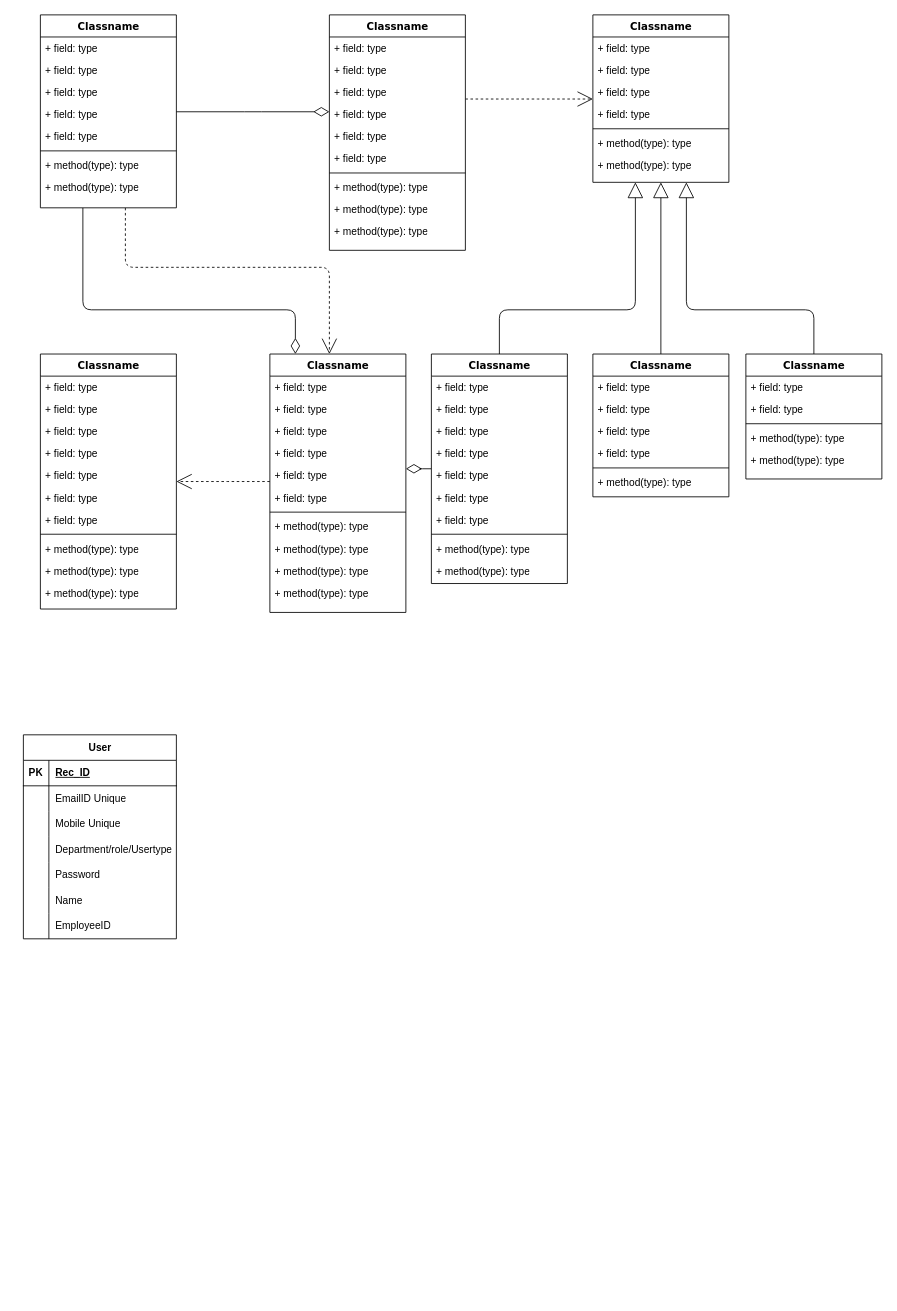
Earlier version of the draw.io diagram Untitled Diagram.drawio (ubermachine/Drawio). Source tidied: cells renumbered, new cells numbered last; positions are measured from the earlier drawing's top-left corner, leaving out a move shared by most shapes. Both pictures are drawn from the tidied source at 85%, with x=0, y=0 at pixel (23, 14).
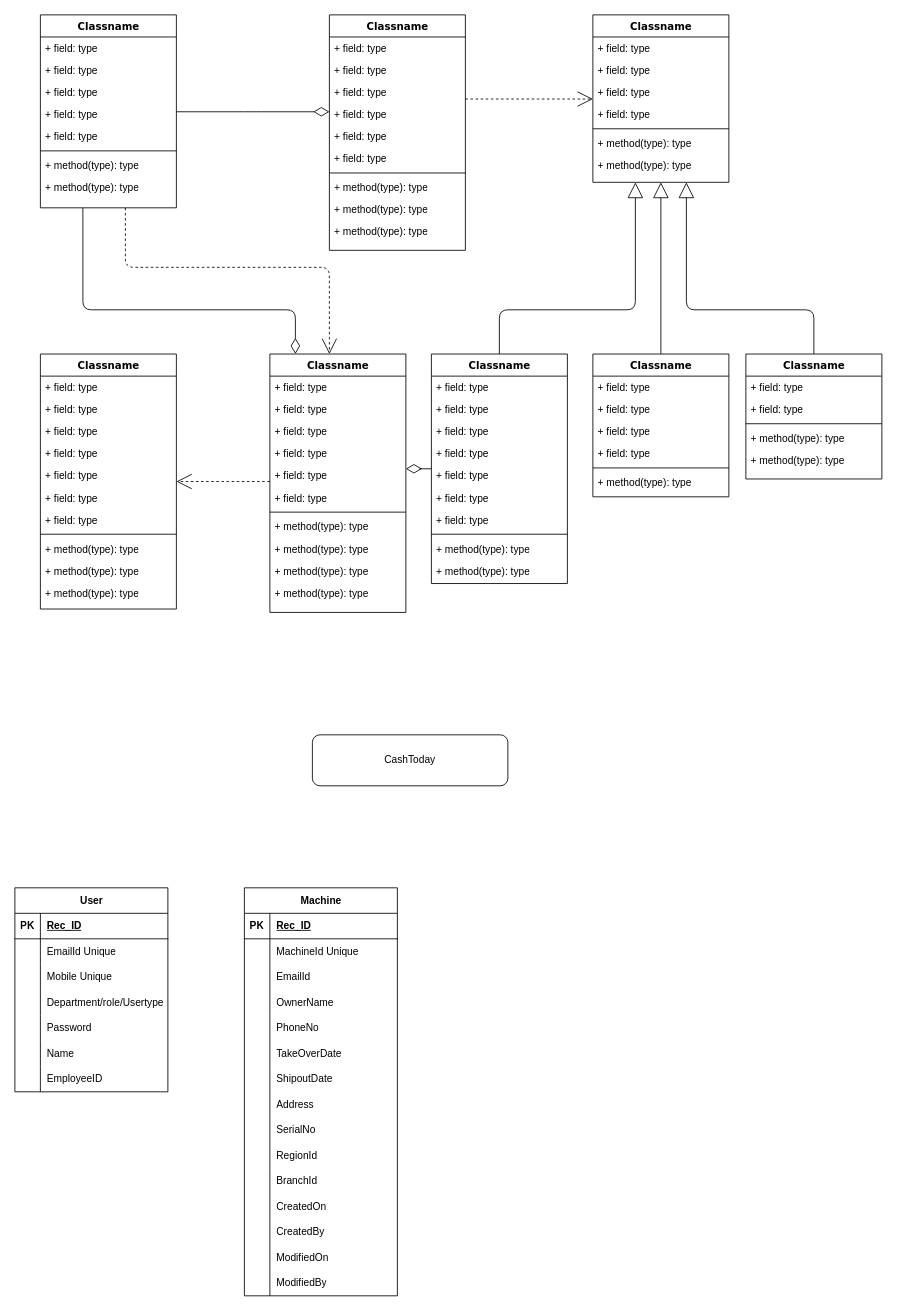
After the change.

The change refers to these unchanged cells:
```xml
<mxCell id="92" style="shape=tableRow;horizontal=0;startSize=0;swimlaneHead=0;swimlaneBody=0;fillColor=none;top=0;left=0;right=0;bottom=0;" parent="88" vertex="1">
  <mxGeometry y="60" width="180" height="30" as="geometry" />
</mxCell>
```

The edit, as a diff of the source:
```diff
@@
     <mxCell id="87" style="shape=partialRectangle;fillColor=none;top=0;left=0;bottom=0;right=0;align=left;spacingLeft=6;overflow=hidden;whiteSpace=wrap;html=1;" parent="1" vertex="1">
-      <mxGeometry x="70" y="1057" width="150" height="30" as="geometry" />
+      <mxGeometry x="60" y="1237" width="150" height="30" as="geometry" />
     </mxCell>
     <mxCell id="88" value="User" style="shape=table;startSize=30;childLayout=tableLayout;rowLines=0;fontStyle=1;align=center;html=1;" parent="1" vertex="1">
-      <mxGeometry y="847" width="180" height="240" as="geometry" />
+      <mxGeometry x="-10" y="1027" width="180" height="240" as="geometry" />
     </mxCell>
@@
-    <mxCell id="94" value="EmailID Unique" style="shape=partialRectangle;fillColor=none;top=0;left=0;bottom=0;right=0;align=left;spacingLeft=6;overflow=hidden;whiteSpace=wrap;html=1;" parent="92" vertex="1">
+    <mxCell id="94" value="EmailId Unique" style="shape=partialRectangle;fillColor=none;top=0;left=0;bottom=0;right=0;align=left;spacingLeft=6;overflow=hidden;whiteSpace=wrap;html=1;" parent="92" vertex="1">
       <mxGeometry x="30" width="150" height="30" as="geometry" />
     </mxCell>
@@
+    <mxCell id="110" value="Machine" style="shape=table;startSize=30;childLayout=tableLayout;rowLines=0;fontStyle=1;align=center;html=1;" parent="1" vertex="1">
+      <mxGeometry x="260" y="1027" width="180" height="480" as="geometry" />
+    </mxCell>
+    <mxCell id="111" style="shape=tableRow;horizontal=0;startSize=0;swimlaneHead=0;swimlaneBody=0;fillColor=none;top=0;left=0;right=0;bottom=1;" parent="110" vertex="1">
+      <mxGeometry y="30" width="180" height="30" as="geometry" />
+    </mxCell>
+    <mxCell id="112" value="PK" style="shape=partialRectangle;fillColor=none;top=0;left=0;bottom=0;right=0;fontStyle=1;overflow=hidden;whiteSpace=wrap;html=1;" parent="111" vertex="1">
+      <mxGeometry width="30" height="30" as="geometry" />
+    </mxCell>
+    <mxCell id="113" value="Rec_ID" style="shape=partialRectangle;fillColor=none;top=0;left=0;bottom=0;right=0;align=left;spacingLeft=6;fontStyle=5;overflow=hidden;whiteSpace=wrap;html=1;" parent="111" vertex="1">
+      <mxGeometry x="30" width="150" height="30" as="geometry" />
+    </mxCell>
+    <mxCell id="114" style="shape=tableRow;horizontal=0;startSize=0;swimlaneHead=0;swimlaneBody=0;fillColor=none;top=0;left=0;right=0;bottom=0;" parent="110" vertex="1">
+      <mxGeometry y="60" width="180" height="30" as="geometry" />
+    </mxCell>
+    <mxCell id="115" style="shape=partialRectangle;fillColor=none;top=0;left=0;bottom=0;right=0;overflow=hidden;whiteSpace=wrap;html=1;" parent="114" vertex="1">
+      <mxGeometry width="30" height="30" as="geometry" />
+    </mxCell>
+    <mxCell id="116" value="MachineId Unique" style="shape=partialRectangle;fillColor=none;top=0;left=0;bottom=0;right=0;align=left;spacingLeft=6;overflow=hidden;whiteSpace=wrap;html=1;" parent="114" vertex="1">
+      <mxGeometry x="30" width="150" height="30" as="geometry" />
+    </mxCell>
+    <mxCell id="117" style="shape=tableRow;horizontal=0;startSize=0;swimlaneHead=0;swimlaneBody=0;fillColor=none;top=0;left=0;right=0;bottom=0;" parent="110" vertex="1">
+      <mxGeometry y="90" width="180" height="30" as="geometry" />
+    </mxCell>
+    <mxCell id="118" style="shape=partialRectangle;fillColor=none;top=0;left=0;bottom=0;right=0;overflow=hidden;whiteSpace=wrap;html=1;" parent="117" vertex="1">
+      <mxGeometry width="30" height="30" as="geometry" />
+    </mxCell>
+    <mxCell id="119" value="EmailId" style="shape=partialRectangle;fillColor=none;top=0;left=0;bottom=0;right=0;align=left;spacingLeft=6;overflow=hidden;whiteSpace=wrap;html=1;" parent="117" vertex="1">
+      <mxGeometry x="30" width="150" height="30" as="geometry" />
+    </mxCell>
+    <mxCell id="120" style="shape=tableRow;horizontal=0;startSize=0;swimlaneHead=0;swimlaneBody=0;fillColor=none;top=0;left=0;right=0;bottom=0;" parent="110" vertex="1">
+      <mxGeometry y="120" width="180" height="30" as="geometry" />
+    </mxCell>
+    <mxCell id="121" style="shape=partialRectangle;fillColor=none;top=0;left=0;bottom=0;right=0;overflow=hidden;whiteSpace=wrap;html=1;" parent="120" vertex="1">
+      <mxGeometry width="30" height="30" as="geometry" />
+    </mxCell>
+    <mxCell id="122" value="OwnerName" style="shape=partialRectangle;fillColor=none;top=0;left=0;bottom=0;right=0;align=left;spacingLeft=6;overflow=hidden;whiteSpace=wrap;html=1;" parent="120" vertex="1">
+      <mxGeometry x="30" width="150" height="30" as="geometry" />
+    </mxCell>
+    <mxCell id="123" style="shape=tableRow;horizontal=0;startSize=0;swimlaneHead=0;swimlaneBody=0;fillColor=none;top=0;left=0;right=0;bottom=0;" parent="110" vertex="1">
+      <mxGeometry y="150" width="180" height="30" as="geometry" />
+    </mxCell>
+    <mxCell id="124" style="shape=partialRectangle;fillColor=none;top=0;left=0;bottom=0;right=0;overflow=hidden;whiteSpace=wrap;html=1;" parent="123" vertex="1">
+      <mxGeometry width="30" height="30" as="geometry" />
+    </mxCell>
+    <mxCell id="125" value="PhoneNo" style="shape=partialRectangle;fillColor=none;top=0;left=0;bottom=0;right=0;align=left;spacingLeft=6;overflow=hidden;whiteSpace=wrap;html=1;" parent="123" vertex="1">
+      <mxGeometry x="30" width="150" height="30" as="geometry" />
+    </mxCell>
+    <mxCell id="126" style="shape=tableRow;horizontal=0;startSize=0;swimlaneHead=0;swimlaneBody=0;fillColor=none;top=0;left=0;right=0;bottom=0;" parent="110" vertex="1">
+      <mxGeometry y="180" width="180" height="30" as="geometry" />
+    </mxCell>
+    <mxCell id="127" style="shape=partialRectangle;fillColor=none;top=0;left=0;bottom=0;right=0;overflow=hidden;whiteSpace=wrap;html=1;" parent="126" vertex="1">
+      <mxGeometry width="30" height="30" as="geometry" />
+    </mxCell>
+    <mxCell id="128" value="TakeOverDate" style="shape=partialRectangle;fillColor=none;top=0;left=0;bottom=0;right=0;align=left;spacingLeft=6;overflow=hidden;whiteSpace=wrap;html=1;" parent="126" vertex="1">
+      <mxGeometry x="30" width="150" height="30" as="geometry" />
+    </mxCell>
+    <mxCell id="129" style="shape=tableRow;horizontal=0;startSize=0;swimlaneHead=0;swimlaneBody=0;fillColor=none;top=0;left=0;right=0;bottom=0;" parent="110" vertex="1">
+      <mxGeometry y="210" width="180" height="30" as="geometry" />
+    </mxCell>
+    <mxCell id="130" style="shape=partialRectangle;fillColor=none;top=0;left=0;bottom=0;right=0;overflow=hidden;whiteSpace=wrap;html=1;" parent="129" vertex="1">
+      <mxGeometry width="30" height="30" as="geometry" />
+    </mxCell>
+    <mxCell id="131" value="ShipoutDate" style="shape=partialRectangle;fillColor=none;top=0;left=0;bottom=0;right=0;align=left;spacingLeft=6;overflow=hidden;whiteSpace=wrap;html=1;" parent="129" vertex="1">
+      <mxGeometry x="30" width="150" height="30" as="geometry" />
+    </mxCell>
+    <mxCell id="132" style="shape=tableRow;horizontal=0;startSize=0;swimlaneHead=0;swimlaneBody=0;fillColor=none;top=0;left=0;right=0;bottom=0;" parent="110" vertex="1">
+      <mxGeometry y="240" width="180" height="30" as="geometry" />
+    </mxCell>
+    <mxCell id="133" style="shape=partialRectangle;fillColor=none;top=0;left=0;bottom=0;right=0;overflow=hidden;whiteSpace=wrap;html=1;" parent="132" vertex="1">
+      <mxGeometry width="30" height="30" as="geometry" />
+    </mxCell>
+    <mxCell id="134" value="Address" style="shape=partialRectangle;fillColor=none;top=0;left=0;bottom=0;right=0;align=left;spacingLeft=6;overflow=hidden;whiteSpace=wrap;html=1;" parent="132" vertex="1">
+      <mxGeometry x="30" width="150" height="30" as="geometry" />
+    </mxCell>
+    <mxCell id="135" style="shape=tableRow;horizontal=0;startSize=0;swimlaneHead=0;swimlaneBody=0;fillColor=none;top=0;left=0;right=0;bottom=0;" parent="110" vertex="1">
+      <mxGeometry y="270" width="180" height="30" as="geometry" />
+    </mxCell>
+    <mxCell id="136" style="shape=partialRectangle;fillColor=none;top=0;left=0;bottom=0;right=0;overflow=hidden;whiteSpace=wrap;html=1;" parent="135" vertex="1">
+      <mxGeometry width="30" height="30" as="geometry" />
+    </mxCell>
+    <mxCell id="137" value="SerialNo" style="shape=partialRectangle;fillColor=none;top=0;left=0;bottom=0;right=0;align=left;spacingLeft=6;overflow=hidden;whiteSpace=wrap;html=1;" parent="135" vertex="1">
+      <mxGeometry x="30" width="150" height="30" as="geometry" />
+    </mxCell>
+    <mxCell id="138" style="shape=tableRow;horizontal=0;startSize=0;swimlaneHead=0;swimlaneBody=0;fillColor=none;top=0;left=0;right=0;bottom=0;" parent="110" vertex="1">
+      <mxGeometry y="300" width="180" height="30" as="geometry" />
+    </mxCell>
+    <mxCell id="139" style="shape=partialRectangle;fillColor=none;top=0;left=0;bottom=0;right=0;overflow=hidden;whiteSpace=wrap;html=1;" parent="138" vertex="1">
+      <mxGeometry width="30" height="30" as="geometry" />
+    </mxCell>
+    <mxCell id="140" value="RegionId" style="shape=partialRectangle;fillColor=none;top=0;left=0;bottom=0;right=0;align=left;spacingLeft=6;overflow=hidden;whiteSpace=wrap;html=1;" parent="138" vertex="1">
+      <mxGeometry x="30" width="150" height="30" as="geometry" />
+    </mxCell>
+    <mxCell id="141" style="shape=tableRow;horizontal=0;startSize=0;swimlaneHead=0;swimlaneBody=0;fillColor=none;top=0;left=0;right=0;bottom=0;" parent="110" vertex="1">
+      <mxGeometry y="330" width="180" height="30" as="geometry" />
+    </mxCell>
+    <mxCell id="142" style="shape=partialRectangle;fillColor=none;top=0;left=0;bottom=0;right=0;overflow=hidden;whiteSpace=wrap;html=1;" parent="141" vertex="1">
+      <mxGeometry width="30" height="30" as="geometry" />
+    </mxCell>
+    <mxCell id="143" value="BranchId" style="shape=partialRectangle;fillColor=none;top=0;left=0;bottom=0;right=0;align=left;spacingLeft=6;overflow=hidden;whiteSpace=wrap;html=1;" parent="141" vertex="1">
+      <mxGeometry x="30" width="150" height="30" as="geometry" />
+    </mxCell>
+    <mxCell id="144" style="shape=tableRow;horizontal=0;startSize=0;swimlaneHead=0;swimlaneBody=0;fillColor=none;top=0;left=0;right=0;bottom=0;" parent="110" vertex="1">
+      <mxGeometry y="360" width="180" height="30" as="geometry" />
+    </mxCell>
+    <mxCell id="145" style="shape=partialRectangle;fillColor=none;top=0;left=0;bottom=0;right=0;overflow=hidden;whiteSpace=wrap;html=1;" parent="144" vertex="1">
+      <mxGeometry width="30" height="30" as="geometry" />
+    </mxCell>
+    <mxCell id="146" value="CreatedOn" style="shape=partialRectangle;fillColor=none;top=0;left=0;bottom=0;right=0;align=left;spacingLeft=6;overflow=hidden;whiteSpace=wrap;html=1;" parent="144" vertex="1">
+      <mxGeometry x="30" width="150" height="30" as="geometry" />
+    </mxCell>
+    <mxCell id="147" style="shape=tableRow;horizontal=0;startSize=0;swimlaneHead=0;swimlaneBody=0;fillColor=none;top=0;left=0;right=0;bottom=0;" parent="110" vertex="1">
+      <mxGeometry y="390" width="180" height="30" as="geometry" />
+    </mxCell>
+    <mxCell id="148" style="shape=partialRectangle;fillColor=none;top=0;left=0;bottom=0;right=0;overflow=hidden;whiteSpace=wrap;html=1;" parent="147" vertex="1">
+      <mxGeometry width="30" height="30" as="geometry" />
+    </mxCell>
+    <mxCell id="149" value="CreatedBy" style="shape=partialRectangle;fillColor=none;top=0;left=0;bottom=0;right=0;align=left;spacingLeft=6;overflow=hidden;whiteSpace=wrap;html=1;" parent="147" vertex="1">
+      <mxGeometry x="30" width="150" height="30" as="geometry" />
+    </mxCell>
+    <mxCell id="150" style="shape=tableRow;horizontal=0;startSize=0;swimlaneHead=0;swimlaneBody=0;fillColor=none;top=0;left=0;right=0;bottom=0;" parent="110" vertex="1">
+      <mxGeometry y="420" width="180" height="30" as="geometry" />
+    </mxCell>
+    <mxCell id="151" style="shape=partialRectangle;fillColor=none;top=0;left=0;bottom=0;right=0;overflow=hidden;whiteSpace=wrap;html=1;" parent="150" vertex="1">
+      <mxGeometry width="30" height="30" as="geometry" />
+    </mxCell>
+    <mxCell id="152" value="ModifiedOn" style="shape=partialRectangle;fillColor=none;top=0;left=0;bottom=0;right=0;align=left;spacingLeft=6;overflow=hidden;whiteSpace=wrap;html=1;" parent="150" vertex="1">
+      <mxGeometry x="30" width="150" height="30" as="geometry" />
+    </mxCell>
+    <mxCell id="153" style="shape=tableRow;horizontal=0;startSize=0;swimlaneHead=0;swimlaneBody=0;fillColor=none;top=0;left=0;right=0;bottom=0;" parent="110" vertex="1">
+      <mxGeometry y="450" width="180" height="30" as="geometry" />
+    </mxCell>
+    <mxCell id="154" style="shape=partialRectangle;fillColor=none;top=0;left=0;bottom=0;right=0;overflow=hidden;whiteSpace=wrap;html=1;" parent="153" vertex="1">
+      <mxGeometry width="30" height="30" as="geometry" />
+    </mxCell>
+    <mxCell id="155" value="ModifiedBy" style="shape=partialRectangle;fillColor=none;top=0;left=0;bottom=0;right=0;align=left;spacingLeft=6;overflow=hidden;whiteSpace=wrap;html=1;" parent="153" vertex="1">
+      <mxGeometry x="30" width="150" height="30" as="geometry" />
+    </mxCell>
+    <mxCell id="156" value="CashToday" style="rounded=1;whiteSpace=wrap;html=1;" parent="1" vertex="1">
+      <mxGeometry x="340" y="847" width="230" height="60" as="geometry" />
+    </mxCell>
```
